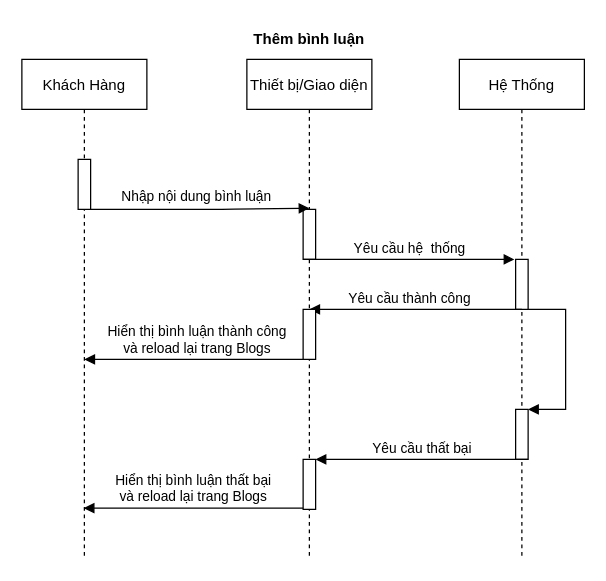
LuanMinhNguyen/nhom2thuctapchuyennganh keeps this draw.io diagram as Drawio/Add_comment.drawio. Above is the earlier version. Source tidied: cells renumbered, new cells numbered last; positions are measured from the earlier drawing's top-left corner, leaving out a move shared by most shapes. Both pictures are drawn from the tidied source at 125%, with x=0, y=0 at pixel (21, 21).
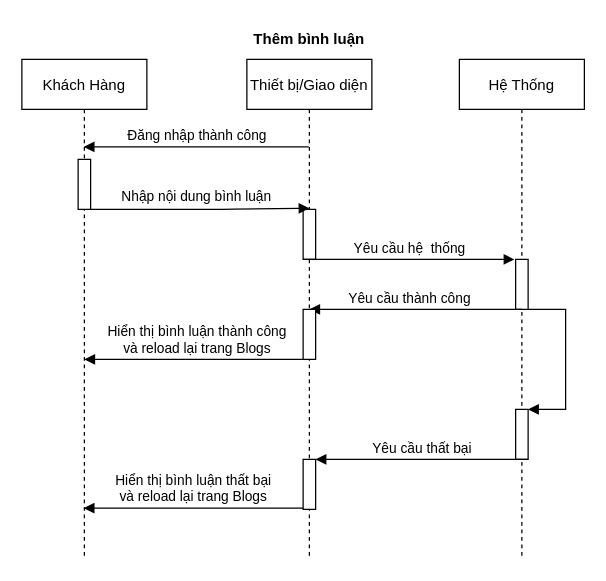
The same page after the edit.

Commit message:
Them_binh_luan

The change refers to these unchanged cells:
```xml
<mxCell id="2" value="Khách Hàng" style="shape=umlLifeline;perimeter=lifelinePerimeter;rounded=0;shadow=0;strokeWidth=1;" parent="1" vertex="1">
  <mxGeometry y="30" width="100" height="400" as="geometry" />
</mxCell>
<mxCell id="4" value="Thiết bị/Giao diện" style="shape=umlLifeline;perimeter=lifelinePerimeter;rounded=0;shadow=0;strokeWidth=1;" parent="1" vertex="1">
  <mxGeometry x="180" y="30" width="100" height="400" as="geometry" />
</mxCell>
```

Change to the diagram source:
```diff
@@
+    <mxCell id="19" value="Đăng nhập thành công" style="html=1;verticalAlign=bottom;endArrow=block;" parent="1" edge="1" source="4" target="2">
+      <mxGeometry relative="1" as="geometry">
+        <Array as="points">
+          <mxPoint x="200" y="100" />
+          <mxPoint x="120" y="100" />
+        </Array>
+      </mxGeometry>
+    </mxCell>
```
